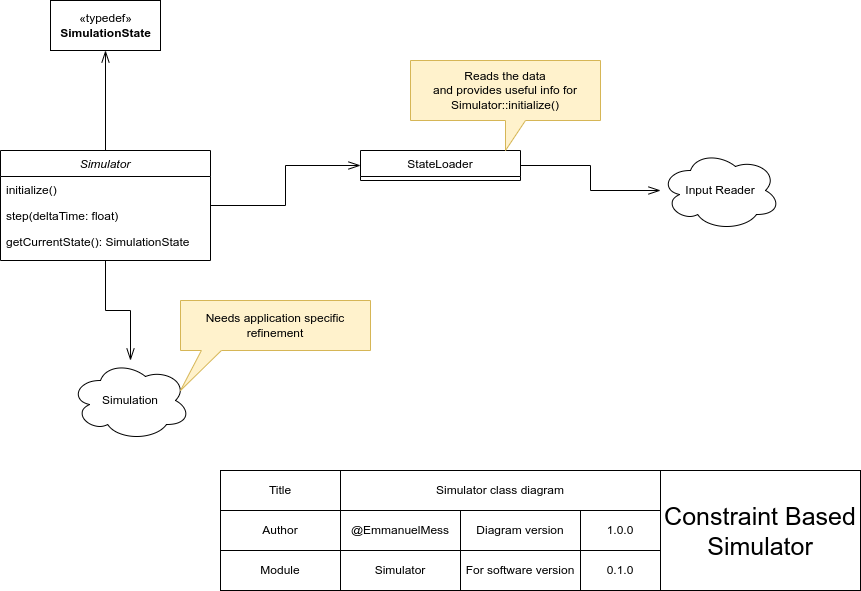
The draw.io diagram design/diagrams/class/simulator class diagram.png in EmmanuelMess/ConstraintBasedSimulator, before a commit. Source tidied: cells renumbered, new cells last; positions are measured from the earlier drawing's top-left corner, leaving out a move shared by most shapes.
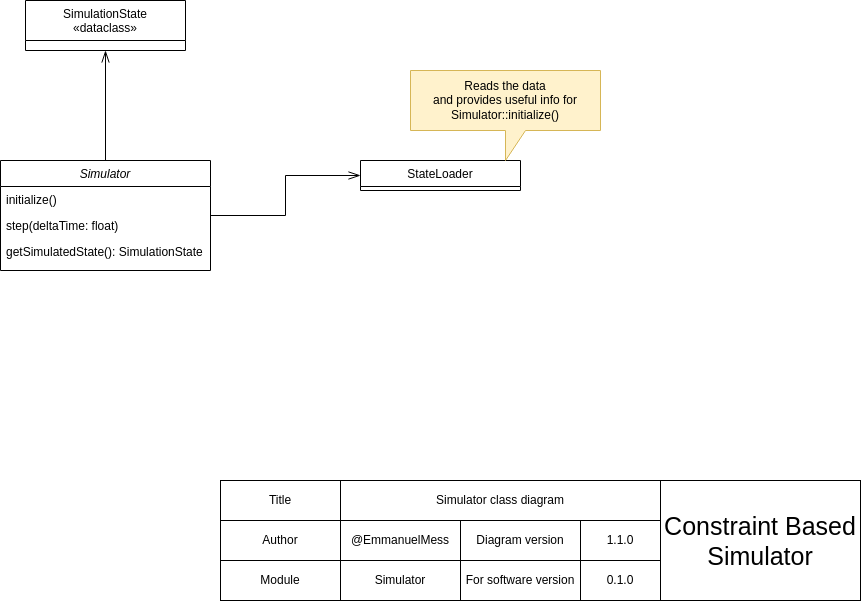
After the commit.

What changed in the source:
```diff
@@ -2,15 +2,12 @@
   <root>
     <mxCell id="0" />
     <mxCell id="1" parent="0" />
-    <mxCell id="2" style="edgeStyle=orthogonalEdgeStyle;rounded=0;jettySize=auto;html=1;endArrow=openThin;endFill=0;endSize=10;" parent="1" edge="1" source="5" target="9">
+    <mxCell id="2" style="edgeStyle=orthogonalEdgeStyle;rounded=0;jettySize=auto;html=1;endArrow=openThin;endFill=0;endSize=10;" parent="1" edge="1" source="5" target="27">
       <mxGeometry relative="1" as="geometry" />
     </mxCell>
     <mxCell id="3" style="edgeStyle=orthogonalEdgeStyle;rounded=0;jettySize=auto;html=1;endArrow=openThin;endFill=0;endSize=10;" parent="1" edge="1" source="5" target="11">
       <mxGeometry relative="1" as="geometry" />
     </mxCell>
-    <mxCell id="4" style="edgeStyle=orthogonalEdgeStyle;rounded=0;jettySize=auto;html=1;endArrow=openThin;endFill=0;endSize=10;" parent="1" edge="1" source="5" target="14">
-      <mxGeometry relative="1" as="geometry" />
-    </mxCell>
     <mxCell id="5" value="Simulator" style="swimlane;fontStyle=2;align=center;verticalAlign=top;horizontal=1;startSize=26;rounded=0;shadow=0;strokeWidth=1;" parent="1" vertex="1">
       <mxGeometry y="150" width="210" height="110" as="geometry" />
     </mxCell>
@@ -20,30 +17,15 @@
     <mxCell id="7" value="step(deltaTime: float)" style="text;align=left;verticalAlign=top;spacingLeft=4;spacingRight=4;overflow=hidden;rounded=0;shadow=0;html=0;" parent="5" vertex="1">
       <mxGeometry y="52" width="210" height="26" as="geometry" />
     </mxCell>
-    <mxCell id="8" value="getCurrentState(): SimulationState" style="text;align=left;verticalAlign=top;spacingLeft=4;spacingRight=4;overflow=hidden;rounded=0;shadow=0;html=0;" parent="5" vertex="1">
+    <mxCell id="8" value="getSimulatedState(): SimulationState" style="text;align=left;verticalAlign=top;spacingLeft=4;spacingRight=4;overflow=hidden;rounded=0;shadow=0;html=0;" parent="5" vertex="1">
       <mxGeometry y="78" width="210" height="26" as="geometry" />
     </mxCell>
-    <mxCell id="9" value="«typedef»&lt;br&gt;&lt;b&gt;SimulationState&lt;/b&gt;" style="html=1;" parent="1" vertex="1">
-      <mxGeometry x="50" width="110" height="50" as="geometry" />
-    </mxCell>
-    <mxCell id="10" style="edgeStyle=orthogonalEdgeStyle;rounded=0;jettySize=auto;html=1;endArrow=openThin;endFill=0;endSize=10;" parent="1" edge="1" source="11" target="12">
-      <mxGeometry relative="1" as="geometry" />
-    </mxCell>
     <mxCell id="11" value="StateLoader" style="swimlane;fontStyle=0;align=center;verticalAlign=top;horizontal=1;startSize=26;rounded=0;shadow=0;strokeWidth=1;" parent="1" vertex="1">
       <mxGeometry x="360" y="150" width="160" height="30" as="geometry" />
     </mxCell>
-    <mxCell id="12" value="Input Reader" style="ellipse;shape=cloud;whiteSpace=wrap;html=1;" parent="1" vertex="1">
-      <mxGeometry x="660" y="150" width="120" height="80" as="geometry" />
-    </mxCell>
     <mxCell id="13" value="Reads the data&lt;br&gt;and provides useful info for Simulator::initialize()" style="shape=callout;whiteSpace=wrap;html=1;perimeter=calloutPerimeter;fillColor=#fff2cc;strokeColor=#d6b656;" parent="1" vertex="1">
       <mxGeometry x="410" y="60" width="190" height="90" as="geometry" />
     </mxCell>
-    <mxCell id="14" value="Simulation" style="ellipse;shape=cloud;whiteSpace=wrap;html=1;" parent="1" vertex="1">
-      <mxGeometry x="70" y="360" width="120" height="80" as="geometry" />
-    </mxCell>
-    <mxCell id="15" value="Needs application specific refinement" style="shape=callout;whiteSpace=wrap;html=1;perimeter=calloutPerimeter;fillColor=#fff2cc;strokeColor=#d6b656;size=40;position=0.11;position2=0;" parent="1" vertex="1">
-      <mxGeometry x="180" y="300" width="190" height="90" as="geometry" />
-    </mxCell>
     <mxCell id="16" value="Title" style="rounded=0;whiteSpace=wrap;html=1;" parent="1" vertex="1">
       <mxGeometry x="220" y="470" width="120" height="40" as="geometry" />
     </mxCell>
@@ -68,7 +50,7 @@
     <mxCell id="23" value="&lt;font style=&quot;font-size: 25px;&quot;&gt;Constraint Based Simulator&lt;/font&gt;" style="rounded=0;whiteSpace=wrap;html=1;" parent="1" vertex="1">
       <mxGeometry x="660" y="470" width="200" height="120" as="geometry" />
     </mxCell>
-    <mxCell id="24" value="1.0.0" style="rounded=0;whiteSpace=wrap;html=1;" parent="1" vertex="1">
+    <mxCell id="24" value="1.1.0" style="rounded=0;whiteSpace=wrap;html=1;" parent="1" vertex="1">
       <mxGeometry x="580" y="510" width="80" height="40" as="geometry" />
     </mxCell>
     <mxCell id="25" value="For software version" style="rounded=0;whiteSpace=wrap;html=1;" parent="1" vertex="1">
@@ -77,5 +59,8 @@
     <mxCell id="26" value="0.1.0" style="rounded=0;whiteSpace=wrap;html=1;" parent="1" vertex="1">
       <mxGeometry x="580" y="550" width="80" height="40" as="geometry" />
     </mxCell>
+    <mxCell id="27" value="SimulationState&#10;«dataclass»" style="swimlane;fontStyle=0;align=center;verticalAlign=top;horizontal=1;startSize=40;rounded=0;shadow=0;strokeWidth=1;" parent="1" vertex="1">
+      <mxGeometry x="25" y="-10" width="160" height="50" as="geometry" />
+    </mxCell>
   </root>
 </mxGraphModel>
```
